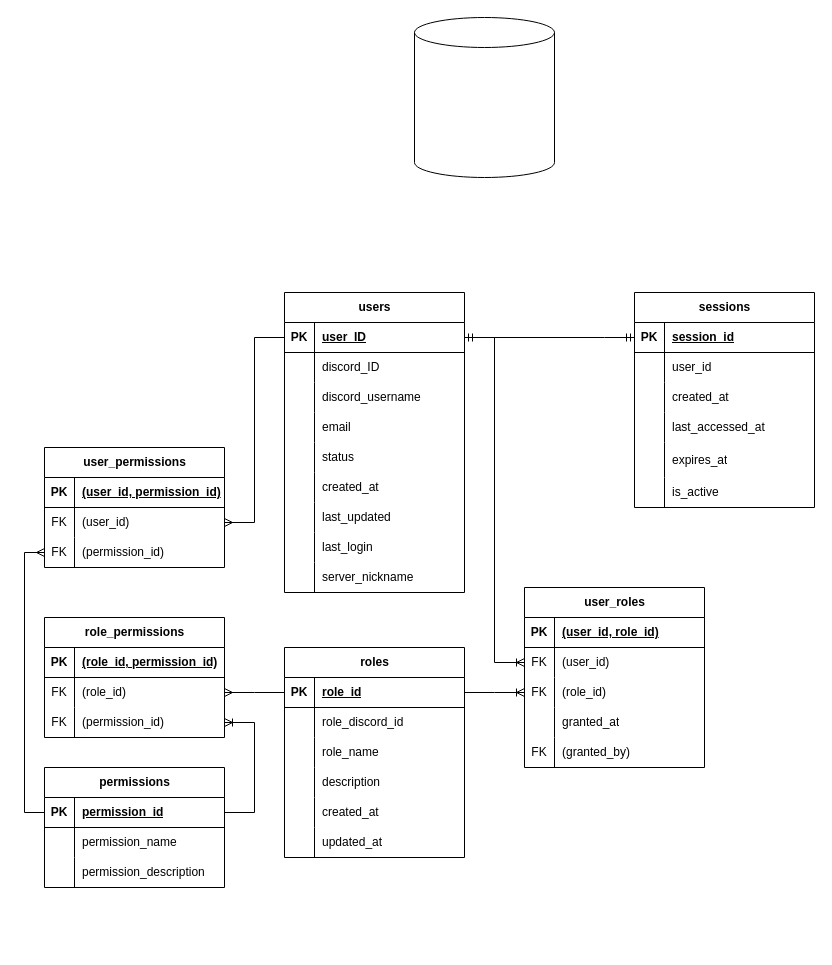
The draw.io diagram docs/naja_auth_tables.drawio in OMTut/naja_admin, before the edit. Source tidied: cells renumbered, new cells numbered last; positions are measured from the earlier drawing's top-left corner, leaving out a move shared by most shapes. Both pictures are drawn from the tidied source at 100%, with x=0, y=0 at pixel (-266, 17).
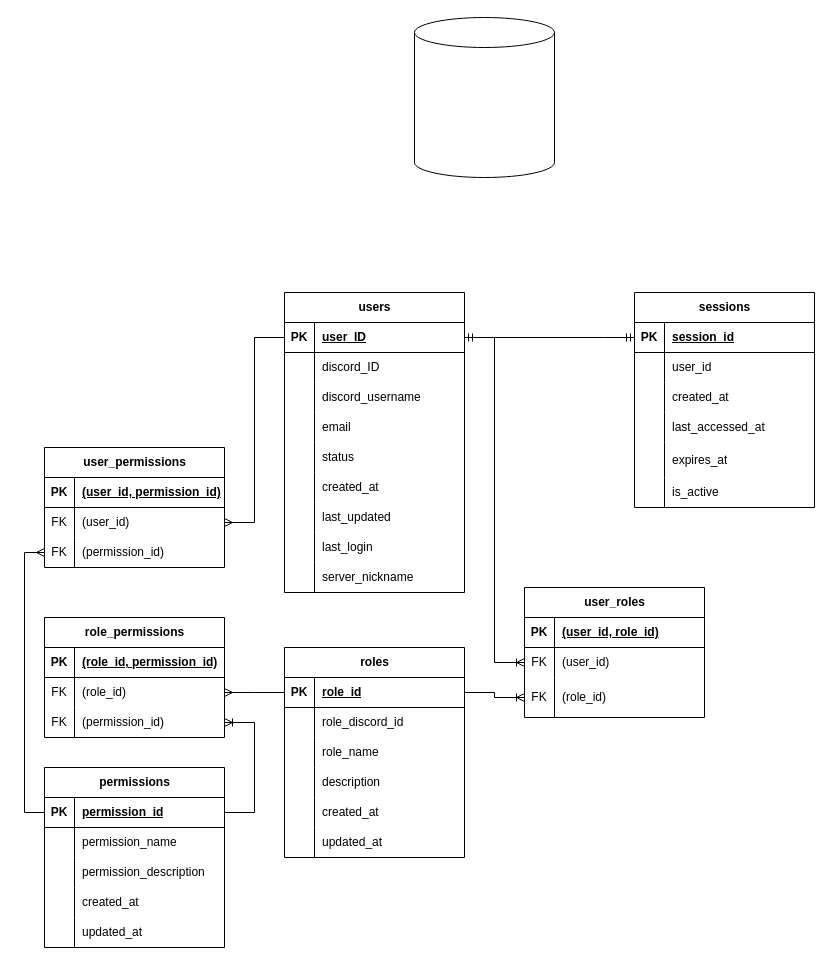
Above is the later version.

Commit message:
docs- updated tables diagrams, permissions table

Change to the diagram source:
```diff
@@
     <mxCell id="69" value="user_roles" style="shape=table;startSize=30;childLayout=tableLayout;rowLines=0;fontStyle=1;align=center;html=1;strokeColor=default;" parent="1" vertex="1">
-      <mxGeometry x="790" y="570" width="180" height="180" as="geometry" />
+      <mxGeometry x="790" y="570" width="180" height="130" as="geometry" />
     </mxCell>
@@
     <mxCell id="76" style="shape=tableRow;horizontal=0;startSize=0;swimlaneHead=0;swimlaneBody=0;fillColor=none;points=[[0,0.5],[1,0.5]];portConstraint=eastwest;top=0;left=0;right=0;bottom=0;" parent="69" vertex="1">
-      <mxGeometry y="90" width="180" height="30" as="geometry" />
+      <mxGeometry y="90" width="180" height="40" as="geometry" />
     </mxCell>
     <mxCell id="77" value="FK" style="shape=partialRectangle;fillColor=none;top=0;left=0;bottom=0;right=0;overflow=hidden;whiteSpace=wrap;html=1;" parent="76" vertex="1">
-      <mxGeometry width="30" height="30" as="geometry" />
+      <mxGeometry width="30" height="40" as="geometry" />
     </mxCell>
     <mxCell id="78" value="(role_id)" style="shape=partialRectangle;fillColor=none;top=0;left=0;bottom=0;right=0;align=left;spacingLeft=6;overflow=hidden;whiteSpace=wrap;html=1;" parent="76" vertex="1">
-      <mxGeometry x="30" width="150" height="30" as="geometry" />
+      <mxGeometry x="30" width="150" height="40" as="geometry" />
     </mxCell>
-    <mxCell id="79" style="shape=tableRow;horizontal=0;startSize=0;swimlaneHead=0;swimlaneBody=0;fillColor=none;top=0;left=0;right=0;bottom=0;" parent="69" vertex="1">
-      <mxGeometry y="120" width="180" height="30" as="geometry" />
-    </mxCell>
-    <mxCell id="80" style="shape=partialRectangle;fillColor=none;top=0;left=0;bottom=0;right=0;overflow=hidden;whiteSpace=wrap;html=1;" parent="79" vertex="1">
-      <mxGeometry width="30" height="30" as="geometry" />
-    </mxCell>
-    <mxCell id="81" value="granted_at" style="shape=partialRectangle;fillColor=none;top=0;left=0;bottom=0;right=0;align=left;spacingLeft=6;overflow=hidden;whiteSpace=wrap;html=1;" parent="79" vertex="1">
-      <mxGeometry x="30" width="150" height="30" as="geometry" />
-    </mxCell>
-    <mxCell id="82" style="shape=tableRow;horizontal=0;startSize=0;swimlaneHead=0;swimlaneBody=0;fillColor=none;top=0;left=0;right=0;bottom=0;" parent="69" vertex="1">
-      <mxGeometry y="150" width="180" height="30" as="geometry" />
-    </mxCell>
-    <mxCell id="83" value="FK" style="shape=partialRectangle;fillColor=none;top=0;left=0;bottom=0;right=0;overflow=hidden;whiteSpace=wrap;html=1;" parent="82" vertex="1">
-      <mxGeometry width="30" height="30" as="geometry" />
-    </mxCell>
-    <mxCell id="84" value="(granted_by)" style="shape=partialRectangle;fillColor=none;top=0;left=0;bottom=0;right=0;align=left;spacingLeft=6;overflow=hidden;whiteSpace=wrap;html=1;" parent="82" vertex="1">
-      <mxGeometry x="30" width="150" height="30" as="geometry" />
-    </mxCell>
@@
     <mxCell id="88" value="permissions" style="shape=table;startSize=30;childLayout=tableLayout;rowLines=0;fontStyle=1;align=center;html=1;strokeColor=default;" parent="1" vertex="1">
-      <mxGeometry x="310" y="750" width="180" height="120" as="geometry" />
+      <mxGeometry x="310" y="750" width="180" height="180" as="geometry" />
     </mxCell>
@@
+    <mxCell id="79" style="shape=tableRow;horizontal=0;startSize=0;swimlaneHead=0;swimlaneBody=0;fillColor=none;top=0;left=0;right=0;bottom=0;" parent="88" vertex="1">
+      <mxGeometry y="120" width="180" height="30" as="geometry" />
+    </mxCell>
+    <mxCell id="124" style="shape=partialRectangle;fillColor=none;top=0;left=0;bottom=0;right=0;overflow=hidden;whiteSpace=wrap;html=1;" parent="79" vertex="1">
+      <mxGeometry width="30" height="30" as="geometry" />
+    </mxCell>
+    <mxCell id="125" value="created_at" style="shape=partialRectangle;fillColor=none;top=0;left=0;bottom=0;right=0;align=left;spacingLeft=6;overflow=hidden;whiteSpace=wrap;html=1;" parent="79" vertex="1">
+      <mxGeometry x="30" width="150" height="30" as="geometry" />
+    </mxCell>
+    <mxCell id="82" style="shape=tableRow;horizontal=0;startSize=0;swimlaneHead=0;swimlaneBody=0;fillColor=none;top=0;left=0;right=0;bottom=0;" parent="88" vertex="1">
+      <mxGeometry y="150" width="180" height="30" as="geometry" />
+    </mxCell>
+    <mxCell id="126" style="shape=partialRectangle;fillColor=none;top=0;left=0;bottom=0;right=0;overflow=hidden;whiteSpace=wrap;html=1;" parent="82" vertex="1">
+      <mxGeometry width="30" height="30" as="geometry" />
+    </mxCell>
+    <mxCell id="127" value="updated_at" style="shape=partialRectangle;fillColor=none;top=0;left=0;bottom=0;right=0;align=left;spacingLeft=6;overflow=hidden;whiteSpace=wrap;html=1;" parent="82" vertex="1">
+      <mxGeometry x="30" width="150" height="30" as="geometry" />
+    </mxCell>
```
